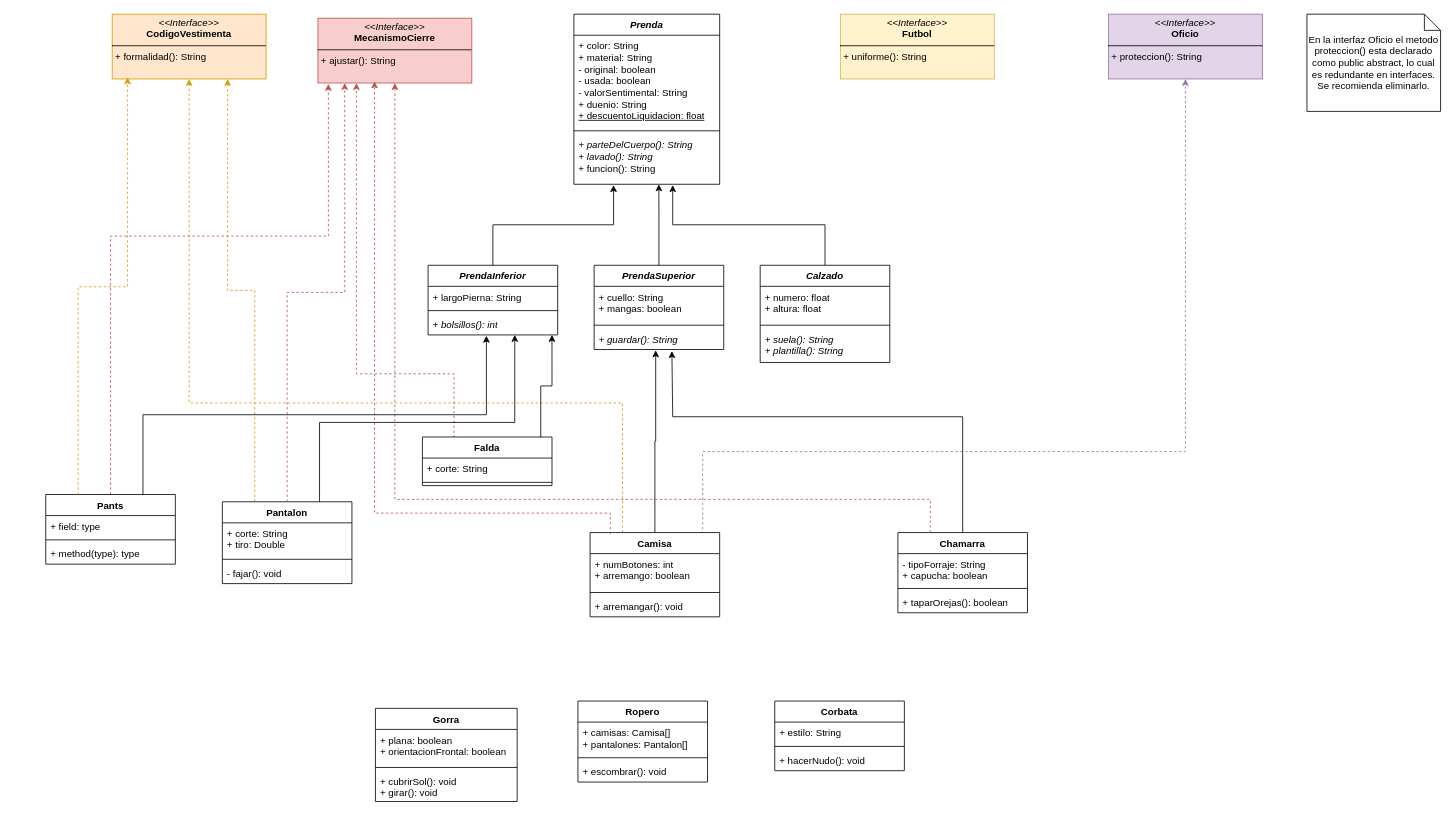
The draw.io diagram Examen-2do-Parcial.drawio in xmr-p/DatabaseCharts, before the edit. Source tidied: cells renumbered, new cells numbered last; positions are measured from the earlier drawing's top-left corner, leaving out a move shared by most shapes. Both pictures are drawn from the tidied source at 81%, with x=0, y=0 at pixel (45, 14).
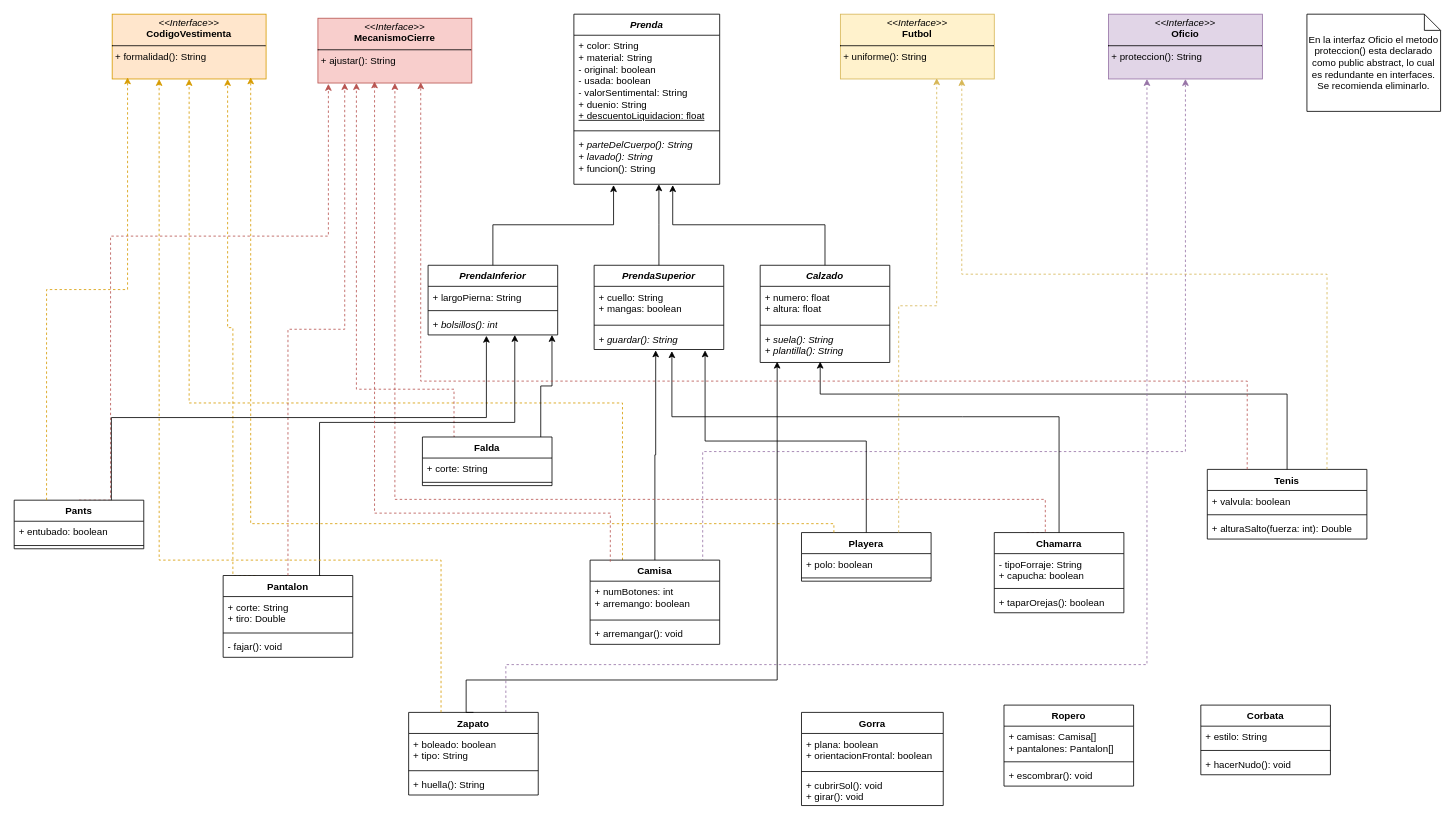
After the change.

The change refers to these unchanged cells:
```xml
<mxCell id="13" value="&lt;i&gt;+ guardar(): String&lt;/i&gt;" style="text;strokeColor=none;fillColor=none;align=left;verticalAlign=top;spacingLeft=4;spacingRight=4;overflow=hidden;points=[[0,0.5],[1,0.5]];portConstraint=eastwest;whiteSpace=wrap;html=1;" parent="10" vertex="1">
  <mxGeometry y="78" width="160" height="26" as="geometry" />
</mxCell>
<mxCell id="19" value="&lt;i&gt;+ suela(): String&lt;/i&gt;&lt;div&gt;&lt;i&gt;+ plantilla(): String&lt;/i&gt;&lt;/div&gt;" style="text;strokeColor=none;fillColor=none;align=left;verticalAlign=top;spacingLeft=4;spacingRight=4;overflow=hidden;points=[[0,0.5],[1,0.5]];portConstraint=eastwest;whiteSpace=wrap;html=1;" parent="16" vertex="1">
  <mxGeometry y="78" width="160" height="42" as="geometry" />
</mxCell>
<mxCell id="21" value="&lt;p style=&quot;margin:0px;margin-top:4px;text-align:center;&quot;&gt;&lt;i&gt;&amp;lt;&amp;lt;Interface&amp;gt;&amp;gt;&lt;/i&gt;&lt;br&gt;&lt;b&gt;CodigoVestimenta&lt;/b&gt;&lt;/p&gt;&lt;hr size=&quot;1&quot; style=&quot;border-style:solid;&quot;&gt;&lt;p style=&quot;margin:0px;margin-left:4px;&quot;&gt;+ formalidad(): String&lt;br&gt;&lt;/p&gt;" style="verticalAlign=top;align=left;overflow=fill;html=1;whiteSpace=wrap;fillColor=#ffe6cc;strokeColor=#d79b00;" parent="1" vertex="1">
  <mxGeometry x="82" width="190" height="80" as="geometry" />
</mxCell>
<mxCell id="22" value="&lt;p style=&quot;margin:0px;margin-top:4px;text-align:center;&quot;&gt;&lt;i&gt;&amp;lt;&amp;lt;Interface&amp;gt;&amp;gt;&lt;/i&gt;&lt;br&gt;&lt;b&gt;Futbol&lt;/b&gt;&lt;/p&gt;&lt;hr size=&quot;1&quot; style=&quot;border-style:solid;&quot;&gt;&lt;p style=&quot;margin:0px;margin-left:4px;&quot;&gt;+ uniforme(): String&lt;br&gt;&lt;/p&gt;" style="verticalAlign=top;align=left;overflow=fill;html=1;whiteSpace=wrap;fillColor=#fff2cc;strokeColor=#d6b656;" parent="1" vertex="1">
  <mxGeometry x="981" width="190" height="80" as="geometry" />
</mxCell>
<mxCell id="23" value="&lt;p style=&quot;margin:0px;margin-top:4px;text-align:center;&quot;&gt;&lt;i&gt;&amp;lt;&amp;lt;Interface&amp;gt;&amp;gt;&lt;/i&gt;&lt;br&gt;&lt;b&gt;MecanismoCierre&lt;/b&gt;&lt;/p&gt;&lt;hr size=&quot;1&quot; style=&quot;border-style:solid;&quot;&gt;&lt;p style=&quot;margin:0px;margin-left:4px;&quot;&gt;&lt;span style=&quot;background-color: initial;&quot;&gt;+ ajustar(): String&lt;/span&gt;&lt;/p&gt;" style="verticalAlign=top;align=left;overflow=fill;html=1;whiteSpace=wrap;fillColor=#f8cecc;strokeColor=#b85450;" parent="1" vertex="1">
  <mxGeometry x="336" y="5" width="190" height="80" as="geometry" />
</mxCell>
<mxCell id="24" value="&lt;p style=&quot;margin:0px;margin-top:4px;text-align:center;&quot;&gt;&lt;i&gt;&amp;lt;&amp;lt;Interface&amp;gt;&amp;gt;&lt;/i&gt;&lt;br&gt;&lt;b&gt;Oficio&lt;/b&gt;&lt;/p&gt;&lt;hr size=&quot;1&quot; style=&quot;border-style:solid;&quot;&gt;&lt;p style=&quot;margin:0px;margin-left:4px;&quot;&gt;+ proteccion(): String&lt;br&gt;&lt;/p&gt;" style="verticalAlign=top;align=left;overflow=fill;html=1;whiteSpace=wrap;fillColor=#e1d5e7;strokeColor=#9673a6;" parent="1" vertex="1">
  <mxGeometry x="1312" width="190" height="80" as="geometry" />
</mxCell>
<mxCell id="48" value="Falda" style="swimlane;fontStyle=1;align=center;verticalAlign=top;horizontal=1;startSize=26;whiteSpace=wrap;html=1;" parent="1" vertex="1">
  <mxGeometry x="465" y="522" width="160" height="60" as="geometry" />
</mxCell>
```

The edit, as a diff of the source:
```diff
@@
     <mxCell id="27" value="Camisa" style="swimlane;fontStyle=1;align=center;verticalAlign=top;horizontal=1;startSize=26;whiteSpace=wrap;html=1;" parent="1" vertex="1">
-      <mxGeometry x="672" y="640" width="160" height="104" as="geometry" />
+      <mxGeometry x="672" y="674" width="160" height="104" as="geometry" />
     </mxCell>
@@
     <mxCell id="33" style="edgeStyle=orthogonalEdgeStyle;rounded=0;jettySize=auto;html=1;exitX=0.25;exitY=0;exitDx=0;exitDy=0;entryX=0.5;entryY=1;entryDx=0;entryDy=0;fillColor=#f8cecc;strokeColor=#b85450;dashed=1;" parent="1" edge="1" source="34" target="23">
       <mxGeometry relative="1" as="geometry">
         <Array as="points">
-          <mxPoint x="1092" y="599" />
+          <mxPoint x="1234" y="599" />
           <mxPoint x="431" y="599" />
         </Array>
       </mxGeometry>
     </mxCell>
     <mxCell id="34" value="Chamarra" style="swimlane;fontStyle=1;align=center;verticalAlign=top;horizontal=1;startSize=26;whiteSpace=wrap;html=1;" parent="1" vertex="1">
-      <mxGeometry x="1052" y="640" width="160" height="99" as="geometry" />
+      <mxGeometry x="1171" y="640" width="160" height="99" as="geometry" />
     </mxCell>
@@
     <mxCell id="39" value="Corbata" style="swimlane;fontStyle=1;align=center;verticalAlign=top;horizontal=1;startSize=26;whiteSpace=wrap;html=1;" parent="1" vertex="1">
-      <mxGeometry x="900" y="848" width="160" height="86" as="geometry" />
+      <mxGeometry x="1426" y="853" width="160" height="86" as="geometry" />
     </mxCell>
@@
     <mxCell id="43" value="Ropero" style="swimlane;fontStyle=1;align=center;verticalAlign=top;horizontal=1;startSize=26;whiteSpace=wrap;html=1;" parent="1" vertex="1">
-      <mxGeometry x="657" y="848" width="160" height="100" as="geometry" />
+      <mxGeometry x="1183" y="853" width="160" height="100" as="geometry" />
     </mxCell>
@@
     <mxCell id="47" style="edgeStyle=orthogonalEdgeStyle;rounded=0;jettySize=auto;html=1;exitX=0.25;exitY=0;exitDx=0;exitDy=0;entryX=0.25;entryY=1;entryDx=0;entryDy=0;fillColor=#f8cecc;strokeColor=#b85450;dashed=1;" parent="1" edge="1" source="48" target="23">
       <mxGeometry relative="1" as="geometry">
         <Array as="points">
-          <mxPoint x="504" y="444" />
-          <mxPoint x="384" y="444" />
+          <mxPoint x="504" y="522" />
+          <mxPoint x="504" y="463" />
+          <mxPoint x="384" y="463" />
         </Array>
       </mxGeometry>
     </mxCell>
@@
     <mxCell id="51" value="Gorra" style="swimlane;fontStyle=1;align=center;verticalAlign=top;horizontal=1;startSize=26;whiteSpace=wrap;html=1;" parent="1" vertex="1">
-      <mxGeometry x="407" y="857" width="175" height="115" as="geometry" />
+      <mxGeometry x="933" y="862" width="175" height="115" as="geometry" />
     </mxCell>
@@
     <mxCell id="55" style="edgeStyle=orthogonalEdgeStyle;rounded=0;jettySize=auto;html=1;exitX=0.25;exitY=0;exitDx=0;exitDy=0;entryX=0.75;entryY=1;entryDx=0;entryDy=0;fillColor=#ffe6cc;strokeColor=#d79b00;dashed=1;" parent="1" edge="1" source="56" target="21">
-      <mxGeometry relative="1" as="geometry" />
+      <mxGeometry relative="1" as="geometry">
+        <Array as="points">
+          <mxPoint x="231" y="693" />
+          <mxPoint x="231" y="387" />
+          <mxPoint x="225" y="387" />
+        </Array>
+      </mxGeometry>
     </mxCell>
     <mxCell id="56" value="Pantalon" style="swimlane;fontStyle=1;align=center;verticalAlign=top;horizontal=1;startSize=26;whiteSpace=wrap;html=1;" parent="1" vertex="1">
-      <mxGeometry x="218" y="602" width="160" height="101" as="geometry" />
+      <mxGeometry x="219" y="693" width="160" height="101" as="geometry" />
     </mxCell>
@@
     <mxCell id="64" value="Pants" style="swimlane;fontStyle=1;align=center;verticalAlign=top;horizontal=1;startSize=26;whiteSpace=wrap;html=1;" parent="1" vertex="1">
-      <mxGeometry y="593" width="160" height="86" as="geometry" />
+      <mxGeometry x="-39" y="600" width="160" height="60" as="geometry" />
     </mxCell>
-    <mxCell id="65" value="+ field: type" style="text;strokeColor=none;fillColor=none;align=left;verticalAlign=top;spacingLeft=4;spacingRight=4;overflow=hidden;whiteSpace=wrap;html=1;" parent="64" vertex="1">
+    <mxCell id="65" value="+ entubado: boolean" style="text;strokeColor=none;fillColor=none;align=left;verticalAlign=top;spacingLeft=4;spacingRight=4;overflow=hidden;whiteSpace=wrap;html=1;" parent="64" vertex="1">
       <mxGeometry y="26" width="160" height="26" as="geometry" />
     </mxCell>
@@
-    <mxCell id="67" value="+ method(type): type" style="text;strokeColor=none;fillColor=none;align=left;verticalAlign=top;spacingLeft=4;spacingRight=4;overflow=hidden;whiteSpace=wrap;html=1;" parent="64" vertex="1">
-      <mxGeometry y="60" width="160" height="26" as="geometry" />
-    </mxCell>
@@
+    <mxCell id="71" value="Playera" style="swimlane;fontStyle=1;align=center;verticalAlign=top;horizontal=1;startSize=26;whiteSpace=wrap;html=1;" parent="1" vertex="1">
+      <mxGeometry x="933" y="640" width="160" height="60" as="geometry" />
+    </mxCell>
+    <mxCell id="72" value="+ polo: boolean" style="text;strokeColor=none;fillColor=none;align=left;verticalAlign=top;spacingLeft=4;spacingRight=4;overflow=hidden;whiteSpace=wrap;html=1;" parent="71" vertex="1">
+      <mxGeometry y="26" width="160" height="26" as="geometry" />
+    </mxCell>
+    <mxCell id="73" style="line;strokeWidth=1;fillColor=none;align=left;verticalAlign=middle;spacingTop=-1;spacingLeft=3;spacingRight=3;labelPosition=right;strokeColor=inherit;" parent="71" vertex="1">
+      <mxGeometry y="52" width="160" height="8" as="geometry" />
+    </mxCell>
+    <mxCell id="74" style="edgeStyle=orthogonalEdgeStyle;rounded=0;jettySize=auto;html=1;exitX=0.5;exitY=0;exitDx=0;exitDy=0;entryX=0.856;entryY=1.038;entryDx=0;entryDy=0;entryPerimeter=0;" parent="1" edge="1" source="71" target="13">
+      <mxGeometry relative="1" as="geometry" />
+    </mxCell>
+    <mxCell id="75" style="edgeStyle=orthogonalEdgeStyle;rounded=0;jettySize=auto;html=1;exitX=0.25;exitY=0;exitDx=0;exitDy=0;entryX=0.9;entryY=0.975;entryDx=0;entryDy=0;entryPerimeter=0;fillColor=#ffe6cc;strokeColor=#d79b00;dashed=1;" parent="1" edge="1" source="71" target="21">
+      <mxGeometry relative="1" as="geometry">
+        <Array as="points">
+          <mxPoint x="973" y="629" />
+          <mxPoint x="253" y="629" />
+        </Array>
+      </mxGeometry>
+    </mxCell>
+    <mxCell id="76" value="Tenis" style="swimlane;fontStyle=1;align=center;verticalAlign=top;horizontal=1;startSize=26;whiteSpace=wrap;html=1;" parent="1" vertex="1">
+      <mxGeometry x="1434" y="562" width="197" height="86" as="geometry" />
+    </mxCell>
+    <mxCell id="77" value="+ valvula: boolean" style="text;strokeColor=none;fillColor=none;align=left;verticalAlign=top;spacingLeft=4;spacingRight=4;overflow=hidden;whiteSpace=wrap;html=1;" parent="76" vertex="1">
+      <mxGeometry y="26" width="197" height="26" as="geometry" />
+    </mxCell>
+    <mxCell id="78" style="line;strokeWidth=1;fillColor=none;align=left;verticalAlign=middle;spacingTop=-1;spacingLeft=3;spacingRight=3;labelPosition=right;strokeColor=inherit;" parent="76" vertex="1">
+      <mxGeometry y="52" width="197" height="8" as="geometry" />
+    </mxCell>
+    <mxCell id="79" value="+ alturaSalto(fuerza: int): Double" style="text;strokeColor=none;fillColor=none;align=left;verticalAlign=top;spacingLeft=4;spacingRight=4;overflow=hidden;whiteSpace=wrap;html=1;" parent="76" vertex="1">
+      <mxGeometry y="60" width="197" height="26" as="geometry" />
+    </mxCell>
+    <mxCell id="80" style="edgeStyle=orthogonalEdgeStyle;rounded=0;jettySize=auto;html=1;exitX=0.5;exitY=0;exitDx=0;exitDy=0;entryX=0.463;entryY=0.976;entryDx=0;entryDy=0;entryPerimeter=0;" parent="1" edge="1" source="76" target="19">
+      <mxGeometry relative="1" as="geometry">
+        <Array as="points">
+          <mxPoint x="1533" y="469" />
+          <mxPoint x="956" y="469" />
+        </Array>
+      </mxGeometry>
+    </mxCell>
+    <mxCell id="81" style="edgeStyle=orthogonalEdgeStyle;rounded=0;jettySize=auto;html=1;exitX=0.75;exitY=0;exitDx=0;exitDy=0;entryX=0.789;entryY=1;entryDx=0;entryDy=0;entryPerimeter=0;fillColor=#fff2cc;strokeColor=#d6b656;dashed=1;" parent="1" edge="1" source="76" target="22">
+      <mxGeometry relative="1" as="geometry" />
+    </mxCell>
+    <mxCell id="82" style="edgeStyle=orthogonalEdgeStyle;rounded=0;jettySize=auto;html=1;exitX=0.75;exitY=0;exitDx=0;exitDy=0;entryX=0.626;entryY=0.988;entryDx=0;entryDy=0;entryPerimeter=0;fillColor=#fff2cc;strokeColor=#d6b656;dashed=1;" parent="1" edge="1" source="71" target="22">
+      <mxGeometry relative="1" as="geometry" />
+    </mxCell>
+    <mxCell id="83" style="edgeStyle=orthogonalEdgeStyle;rounded=0;jettySize=auto;html=1;exitX=0.25;exitY=0;exitDx=0;exitDy=0;entryX=0.668;entryY=0.988;entryDx=0;entryDy=0;entryPerimeter=0;dashed=1;fillColor=#f8cecc;strokeColor=#b85450;" parent="1" edge="1" source="76" target="23">
+      <mxGeometry relative="1" as="geometry">
+        <Array as="points">
+          <mxPoint x="1483" y="453" />
+          <mxPoint x="463" y="453" />
+        </Array>
+      </mxGeometry>
+    </mxCell>
+    <mxCell id="84" style="edgeStyle=orthogonalEdgeStyle;rounded=0;jettySize=auto;html=1;exitX=0.75;exitY=0;exitDx=0;exitDy=0;entryX=0.25;entryY=1;entryDx=0;entryDy=0;fillColor=#e1d5e7;strokeColor=#9673a6;dashed=1;" parent="1" edge="1" source="85" target="24">
+      <mxGeometry relative="1" as="geometry">
+        <Array as="points">
+          <mxPoint x="568" y="803" />
+          <mxPoint x="1360" y="803" />
+        </Array>
+      </mxGeometry>
+    </mxCell>
+    <mxCell id="85" value="Zapato" style="swimlane;fontStyle=1;align=center;verticalAlign=top;horizontal=1;startSize=26;whiteSpace=wrap;html=1;" parent="1" vertex="1">
+      <mxGeometry x="448" y="862" width="160" height="102" as="geometry" />
+    </mxCell>
+    <mxCell id="86" value="+ boleado: boolean&lt;div&gt;+ tipo: String&lt;/div&gt;" style="text;strokeColor=none;fillColor=none;align=left;verticalAlign=top;spacingLeft=4;spacingRight=4;overflow=hidden;whiteSpace=wrap;html=1;" parent="85" vertex="1">
+      <mxGeometry y="26" width="160" height="42" as="geometry" />
+    </mxCell>
+    <mxCell id="87" style="line;strokeWidth=1;fillColor=none;align=left;verticalAlign=middle;spacingTop=-1;spacingLeft=3;spacingRight=3;labelPosition=right;strokeColor=inherit;" parent="85" vertex="1">
+      <mxGeometry y="68" width="160" height="8" as="geometry" />
+    </mxCell>
+    <mxCell id="88" value="+ huella(): String" style="text;strokeColor=none;fillColor=none;align=left;verticalAlign=top;spacingLeft=4;spacingRight=4;overflow=hidden;whiteSpace=wrap;html=1;" parent="85" vertex="1">
+      <mxGeometry y="76" width="160" height="26" as="geometry" />
+    </mxCell>
+    <mxCell id="89" style="edgeStyle=orthogonalEdgeStyle;rounded=0;jettySize=auto;html=1;exitX=0.5;exitY=0;exitDx=0;exitDy=0;entryX=0.131;entryY=0.976;entryDx=0;entryDy=0;entryPerimeter=0;" parent="1" edge="1" source="85" target="19">
+      <mxGeometry relative="1" as="geometry">
+        <Array as="points">
+          <mxPoint x="519" y="862" />
+          <mxPoint x="519" y="822" />
+          <mxPoint x="903" y="822" />
+        </Array>
+      </mxGeometry>
+    </mxCell>
+    <mxCell id="90" style="edgeStyle=orthogonalEdgeStyle;rounded=0;jettySize=auto;html=1;exitX=0.25;exitY=0;exitDx=0;exitDy=0;entryX=0.305;entryY=1;entryDx=0;entryDy=0;entryPerimeter=0;dashed=1;fillColor=#ffe6cc;strokeColor=#d79b00;" parent="1" edge="1" source="85" target="21">
+      <mxGeometry relative="1" as="geometry">
+        <Array as="points">
+          <mxPoint x="488" y="674" />
+          <mxPoint x="140" y="674" />
+        </Array>
+      </mxGeometry>
+    </mxCell>
```
